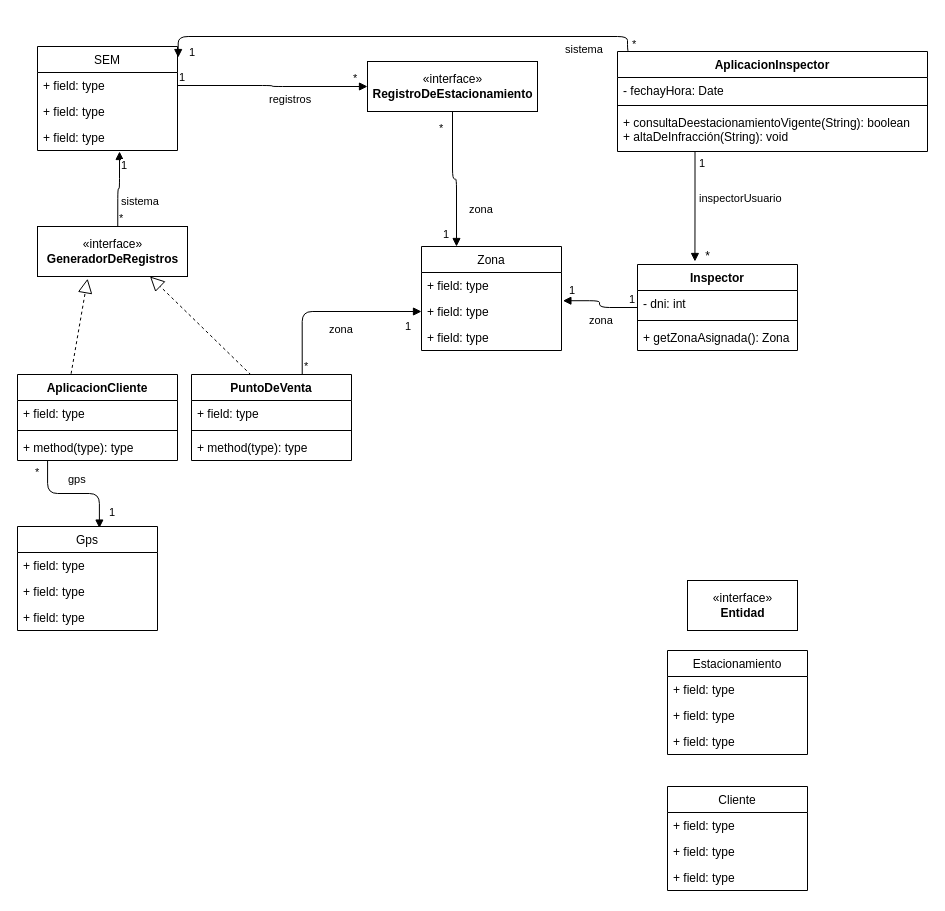
Earlier version of the draw.io diagram Untitled Diagram.drawio (laautarolopez/grupo9-tpintegrador). Source tidied: cells renumbered, new cells numbered last; positions are measured from the earlier drawing's top-left corner, leaving out a move shared by most shapes. Both pictures are drawn from the tidied source at 100%, with x=0, y=0 at pixel (17, 36).
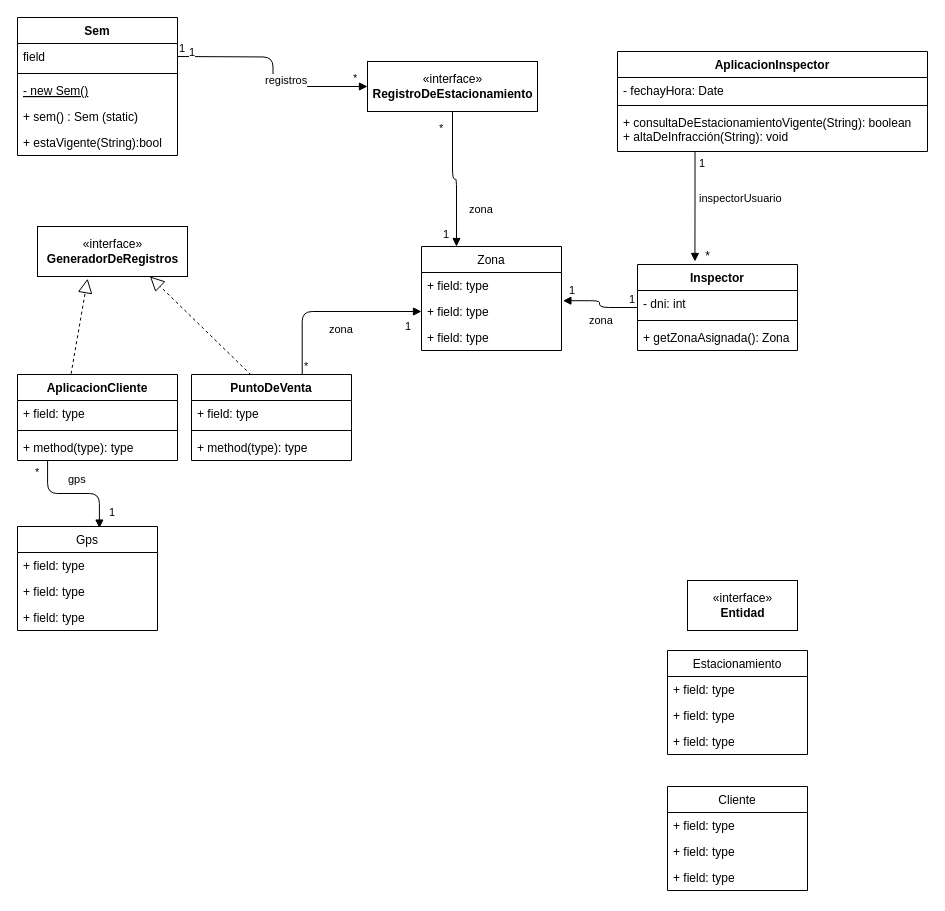
The same page after the edit.

The change refers to these unchanged cells:
```xml
<mxCell id="6" value="«interface»&lt;br&gt;&lt;b&gt;RegistroDeEstacionamiento&lt;/b&gt;" style="html=1;" parent="1" vertex="1">
  <mxGeometry x="350" y="25" width="170" height="50" as="geometry" />
</mxCell>
<mxCell id="10" value="«interface»&lt;br&gt;&lt;b&gt;GeneradorDeRegistros&lt;/b&gt;" style="html=1;" parent="1" vertex="1">
  <mxGeometry x="20" y="190" width="150" height="50" as="geometry" />
</mxCell>
<mxCell id="56" value="AplicacionInspector" style="swimlane;fontStyle=1;align=center;verticalAlign=top;horizontal=1;startSize=26;" parent="1" vertex="1">
  <mxGeometry x="600" y="15" width="310" height="100" as="geometry" />
</mxCell>
```

The edit, as a diff of the source:
```diff
@@
-    <mxCell id="2" value="SEM" style="swimlane;fontStyle=0;horizontal=1;startSize=26;fillColor=none;" parent="1" vertex="1">
-      <mxGeometry x="20" y="10" width="140" height="104" as="geometry" />
-    </mxCell>
-    <mxCell id="3" value="+ field: type" style="text;strokeColor=none;fillColor=none;align=left;verticalAlign=top;spacingLeft=4;spacingRight=4;overflow=hidden;points=[[0,0.5],[1,0.5]];portConstraint=eastwest;" parent="2" vertex="1">
-      <mxGeometry y="26" width="140" height="26" as="geometry" />
-    </mxCell>
-    <mxCell id="4" value="+ field: type" style="text;strokeColor=none;fillColor=none;align=left;verticalAlign=top;spacingLeft=4;spacingRight=4;overflow=hidden;" parent="2" vertex="1">
-      <mxGeometry y="52" width="140" height="26" as="geometry" />
-    </mxCell>
-    <mxCell id="5" value="+ field: type" style="text;strokeColor=none;fillColor=none;align=left;verticalAlign=top;spacingLeft=4;spacingRight=4;overflow=hidden;points=[[0,0.5],[1,0.5]];portConstraint=eastwest;" parent="2" vertex="1">
-      <mxGeometry y="78" width="140" height="26" as="geometry" />
-    </mxCell>
@@
-    <mxCell id="7" value="registros" style="endArrow=block;endFill=1;html=1;edgeStyle=orthogonalEdgeStyle;align=left;verticalAlign=top;entryX=0;entryY=0.5;entryDx=0;entryDy=0;exitX=1;exitY=0.5;exitDx=0;exitDy=0;" parent="1" edge="1" source="3" target="6">
+    <mxCell id="7" value="registros" style="endArrow=block;endFill=1;html=1;edgeStyle=orthogonalEdgeStyle;align=left;verticalAlign=top;entryX=0;entryY=0.5;entryDx=0;entryDy=0;exitX=1;exitY=0.5;exitDx=0;exitDy=0;" parent="1" edge="1" target="6">
       <mxGeometry x="0.01" y="-5" relative="1" as="geometry">
+        <mxPoint x="160" y="20" as="sourcePoint" />
         <mxPoint x="-5" y="-5" as="offset" />
       </mxGeometry>
     </mxCell>
@@
-    <mxCell id="11" value="sistema" style="endArrow=block;endFill=1;html=1;edgeStyle=orthogonalEdgeStyle;align=left;verticalAlign=top;exitX=0.535;exitY=0;exitDx=0;exitDy=0;exitPerimeter=0;entryX=0.586;entryY=1.038;entryDx=0;entryDy=0;entryPerimeter=0;" parent="1" edge="1" source="10" target="5">
-      <mxGeometry x="0.04" relative="1" as="geometry" />
-    </mxCell>
-    <mxCell id="12" value="*" style="edgeLabel;html=1;align=left;verticalAlign=bottom;" parent="11" vertex="1">
-      <mxGeometry x="-1" relative="1" as="geometry" />
-    </mxCell>
-    <mxCell id="13" value="1" style="edgeLabel;html=1;align=left;verticalAlign=bottom;" parent="1" vertex="1">
-      <mxGeometry x="110.2" y="210" as="geometry">
-        <mxPoint x="-8" y="-73" as="offset" />
-      </mxGeometry>
-    </mxCell>
@@
-    <mxCell id="49" value="sistema" style="endArrow=block;endFill=1;html=1;edgeStyle=orthogonalEdgeStyle;align=left;verticalAlign=top;entryX=1.005;entryY=0.106;entryDx=0;entryDy=0;entryPerimeter=0;exitX=0.042;exitY=0.009;exitDx=0;exitDy=0;exitPerimeter=0;" parent="1" edge="1" source="56" target="2">
-      <mxGeometry x="-0.66" relative="1" as="geometry">
-        <Array as="points">
-          <mxPoint x="610" y="16" />
-          <mxPoint x="610" />
-          <mxPoint x="161" />
-        </Array>
-      </mxGeometry>
-    </mxCell>
-    <mxCell id="50" value="*" style="edgeLabel;html=1;align=left;verticalAlign=bottom;" parent="49" vertex="1">
-      <mxGeometry x="-1" relative="1" as="geometry" />
-    </mxCell>
@@
-    <mxCell id="59" value="+ consultaDeestacionamientoVigente(String): boolean&#10;+ altaDeInfracción(String): void&#10;" style="text;strokeColor=none;fillColor=none;align=left;verticalAlign=top;spacingLeft=4;spacingRight=4;overflow=hidden;" parent="56" vertex="1">
+    <mxCell id="59" value="+ consultaDeEstacionamientoVigente(String): boolean&#10;+ altaDeInfracción(String): void&#10;" style="text;strokeColor=none;fillColor=none;align=left;verticalAlign=top;spacingLeft=4;spacingRight=4;overflow=hidden;" parent="56" vertex="1">
       <mxGeometry y="58" width="310" height="42" as="geometry" />
     </mxCell>
@@
+    <mxCell id="67" value="Sem" style="swimlane;fontStyle=1;align=center;verticalAlign=top;horizontal=1;startSize=26;" parent="1" vertex="1">
+      <mxGeometry y="-19" width="160" height="138" as="geometry" />
+    </mxCell>
+    <mxCell id="68" value="field" style="text;strokeColor=none;fillColor=none;align=left;verticalAlign=top;spacingLeft=4;spacingRight=4;overflow=hidden;" parent="67" vertex="1">
+      <mxGeometry y="26" width="160" height="26" as="geometry" />
+    </mxCell>
+    <mxCell id="69" style="line;strokeWidth=1;fillColor=none;align=left;verticalAlign=middle;spacingTop=-1;spacingLeft=3;spacingRight=3;labelPosition=right;" parent="67" vertex="1">
+      <mxGeometry y="52" width="160" height="8" as="geometry" />
+    </mxCell>
+    <mxCell id="70" value="- new Sem()" style="text;strokeColor=none;fillColor=none;align=left;verticalAlign=top;spacingLeft=4;spacingRight=4;overflow=hidden;fontStyle=4;" parent="67" vertex="1">
+      <mxGeometry y="60" width="160" height="26" as="geometry" />
+    </mxCell>
+    <mxCell id="71" value="+ sem() : Sem (static)" style="text;strokeColor=none;fillColor=none;align=left;verticalAlign=top;spacingLeft=4;spacingRight=4;overflow=hidden;" parent="67" vertex="1">
+      <mxGeometry y="86" width="160" height="26" as="geometry" />
+    </mxCell>
+    <mxCell id="72" value="+ estaVigente(String):bool" style="text;strokeColor=none;fillColor=none;align=left;verticalAlign=top;spacingLeft=4;spacingRight=4;overflow=hidden;" parent="67" vertex="1">
+      <mxGeometry y="112" width="160" height="26" as="geometry" />
+    </mxCell>
```
